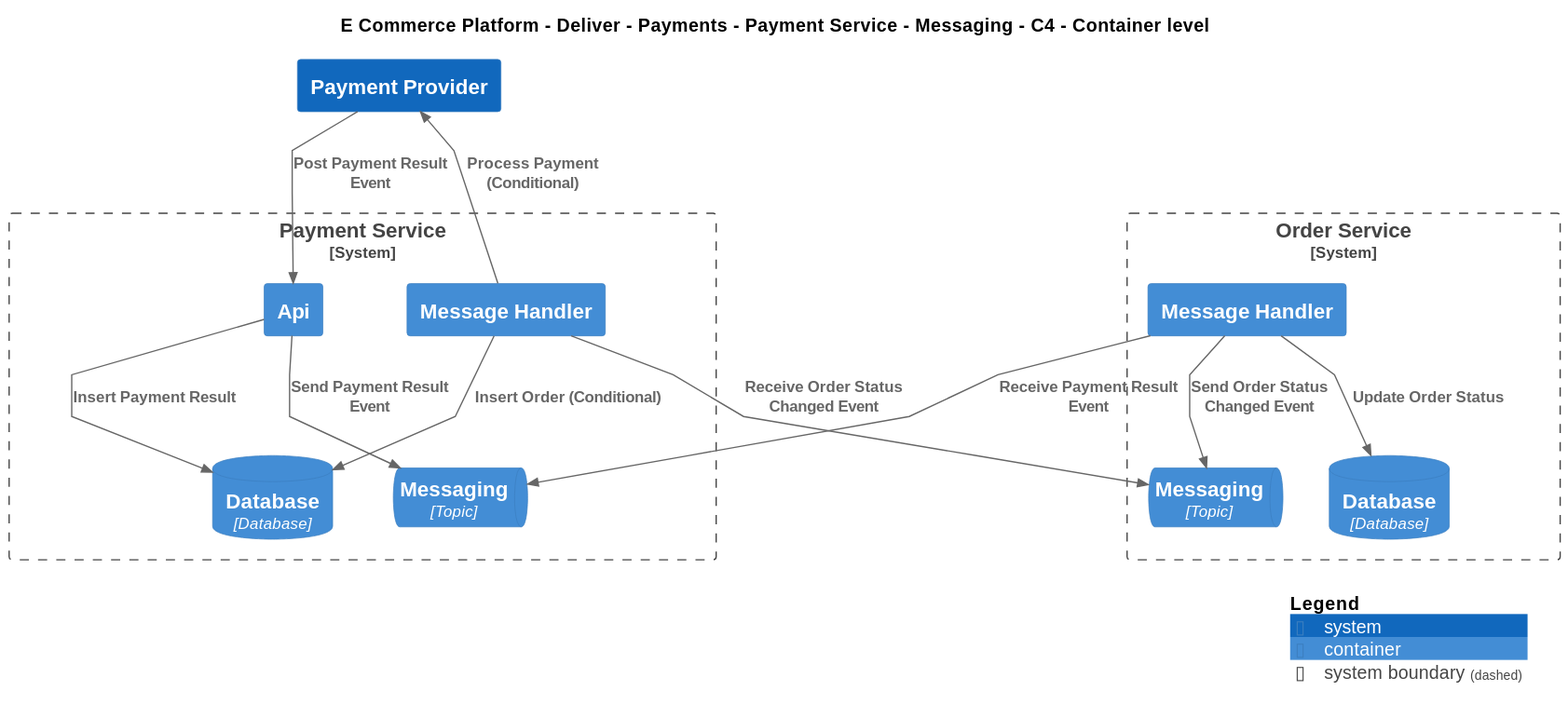
Before: Samples/E-Commerce Platform/Yaml/Diagrams/E Commerce Platform/Views/Messaging/Deliver/Payments/Software Systems/Payment Service/Containers/Messaging/Container - C4.svg, a diagram exported from PlantUML (mnadenysenko/C4InterFlow). Its diagram source:
```plantuml
@startuml
!include ..\..\..\..\..\..\..\..\..\.c4s\C4_Container.puml

AddElementTag("c4interflow:lifecycle:new", $bgColor=green, $fontColor=#ffffff, $borderColor=green, $shadowing="False")
AddElementTag("c4interflow:lifecycle:changed", $bgColor=orange, $fontColor=#ffffff, $borderColor=orange, $shadowing="False")
AddElementTag("c4interflow:lifecycle:removed", $bgColor=red, $fontColor=#ffffff, $borderColor=red, $shadowing="False")

AddRelTag("c4interflow:lifecycle:new", $textColor=green, $lineColor=green)
AddRelTag("c4interflow:lifecycle:changed", $textColor=orange, $lineColor=orange)
AddRelTag("c4interflow:lifecycle:removed", $textColor=red, $lineColor=red)

SHOW_PERSON_PORTRAIT()
LAYOUT_TOP_DOWN()

skinparam linetype polyline

title E Commerce Platform - Deliver - Payments - Payment Service - Messaging - C4 - Container level


System_Boundary(ECommercePlatform.Deliver.Payments.SoftwareSystems.PaymentService, "Payment Service") {
    Container(ECommercePlatform.Deliver.Payments.SoftwareSystems.PaymentService.Containers.MessageHandler, "Message Handler", "", "")
    ContainerDb(ECommercePlatform.Deliver.Payments.SoftwareSystems.PaymentService.Containers.Database, "Database", "Database", "")
    Container(ECommercePlatform.Deliver.Payments.SoftwareSystems.PaymentService.Containers.Api, "Api", "", "")
    ContainerQueue(ECommercePlatform.Deliver.Payments.SoftwareSystems.PaymentService.Containers.Messaging, "Messaging", "Topic", "")
}

System_Boundary(ECommercePlatform.GenerateDemand.OrderManagement.SoftwareSystems.OrderService, "Order Service") {
    ContainerQueue(ECommercePlatform.GenerateDemand.OrderManagement.SoftwareSystems.OrderService.Containers.Messaging, "Messaging", "Topic", "")
    Container(ECommercePlatform.GenerateDemand.OrderManagement.SoftwareSystems.OrderService.Containers.MessageHandler, "Message Handler", "", "")
    ContainerDb(ECommercePlatform.GenerateDemand.OrderManagement.SoftwareSystems.OrderService.Containers.Database, "Database", "Database", "")
}
System(ECommercePlatform.Deliver.Payments.SoftwareSystems.PaymentProvider, "Payment Provider", "")

Rel(ECommercePlatform.Deliver.Payments.SoftwareSystems.PaymentService.Containers.MessageHandler, ECommercePlatform.GenerateDemand.OrderManagement.SoftwareSystems.OrderService.Containers.Messaging, "Receive Order Status Changed Event")
Rel(ECommercePlatform.Deliver.Payments.SoftwareSystems.PaymentService.Containers.MessageHandler, ECommercePlatform.Deliver.Payments.SoftwareSystems.PaymentService.Containers.Database, "Insert Order (Conditional)")
Rel(ECommercePlatform.Deliver.Payments.SoftwareSystems.PaymentService.Containers.MessageHandler, ECommercePlatform.Deliver.Payments.SoftwareSystems.PaymentProvider, "Process Payment (Conditional)")
Rel(ECommercePlatform.Deliver.Payments.SoftwareSystems.PaymentProvider, ECommercePlatform.Deliver.Payments.SoftwareSystems.PaymentService.Containers.Api, "Post Payment Result Event")
Rel(ECommercePlatform.Deliver.Payments.SoftwareSystems.PaymentService.Containers.Api, ECommercePlatform.Deliver.Payments.SoftwareSystems.PaymentService.Containers.Database, "Insert Payment Result")
Rel(ECommercePlatform.Deliver.Payments.SoftwareSystems.PaymentService.Containers.Api, ECommercePlatform.Deliver.Payments.SoftwareSystems.PaymentService.Containers.Messaging, "Send Payment Result Event")
Rel(ECommercePlatform.GenerateDemand.OrderManagement.SoftwareSystems.OrderService.Containers.MessageHandler, ECommercePlatform.Deliver.Payments.SoftwareSystems.PaymentService.Containers.Messaging, "Receive Payment Result Event")
Rel(ECommercePlatform.GenerateDemand.OrderManagement.SoftwareSystems.OrderService.Containers.MessageHandler, ECommercePlatform.GenerateDemand.OrderManagement.SoftwareSystems.OrderService.Containers.Database, "Update Order Status")
Rel(ECommercePlatform.GenerateDemand.OrderManagement.SoftwareSystems.OrderService.Containers.MessageHandler, ECommercePlatform.GenerateDemand.OrderManagement.SoftwareSystems.OrderService.Containers.Messaging, "Send Order Status Changed Event")


SHOW_LEGEND()
@enduml
```
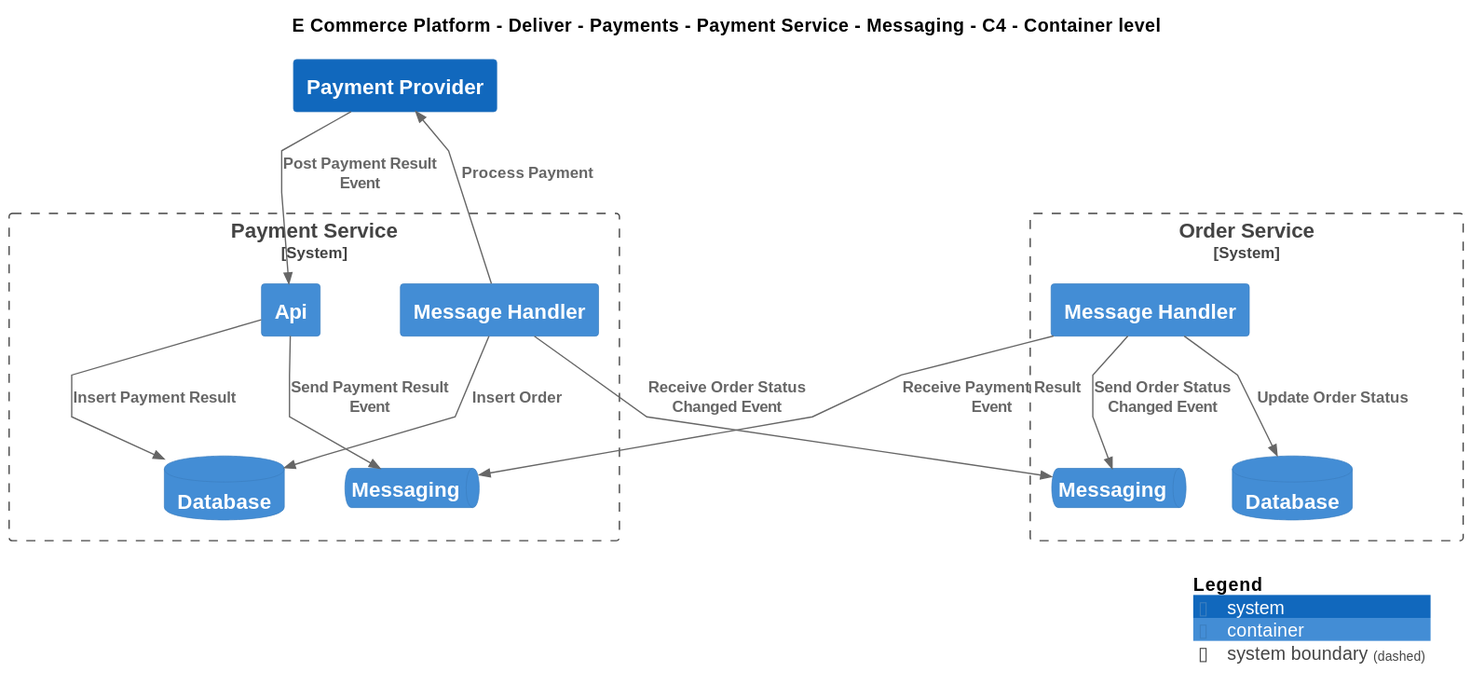
Above is the later version.

Diff of the diagram source:
```diff
@@ -19,21 +19,21 @@
 
 System_Boundary(ECommercePlatform.Deliver.Payments.SoftwareSystems.PaymentService, "Payment Service") {
     Container(ECommercePlatform.Deliver.Payments.SoftwareSystems.PaymentService.Containers.MessageHandler, "Message Handler", "", "")
-    ContainerDb(ECommercePlatform.Deliver.Payments.SoftwareSystems.PaymentService.Containers.Database, "Database", "Database", "")
+    ContainerDb(ECommercePlatform.Deliver.Payments.SoftwareSystems.PaymentService.Containers.Database, "Database", "", "")
     Container(ECommercePlatform.Deliver.Payments.SoftwareSystems.PaymentService.Containers.Api, "Api", "", "")
-    ContainerQueue(ECommercePlatform.Deliver.Payments.SoftwareSystems.PaymentService.Containers.Messaging, "Messaging", "Topic", "")
+    ContainerQueue(ECommercePlatform.Deliver.Payments.SoftwareSystems.PaymentService.Containers.Messaging, "Messaging", "", "")
 }
 
 System_Boundary(ECommercePlatform.GenerateDemand.OrderManagement.SoftwareSystems.OrderService, "Order Service") {
-    ContainerQueue(ECommercePlatform.GenerateDemand.OrderManagement.SoftwareSystems.OrderService.Containers.Messaging, "Messaging", "Topic", "")
+    ContainerQueue(ECommercePlatform.GenerateDemand.OrderManagement.SoftwareSystems.OrderService.Containers.Messaging, "Messaging", "", "")
     Container(ECommercePlatform.GenerateDemand.OrderManagement.SoftwareSystems.OrderService.Containers.MessageHandler, "Message Handler", "", "")
-    ContainerDb(ECommercePlatform.GenerateDemand.OrderManagement.SoftwareSystems.OrderService.Containers.Database, "Database", "Database", "")
+    ContainerDb(ECommercePlatform.GenerateDemand.OrderManagement.SoftwareSystems.OrderService.Containers.Database, "Database", "", "")
 }
 System(ECommercePlatform.Deliver.Payments.SoftwareSystems.PaymentProvider, "Payment Provider", "")
 
 Rel(ECommercePlatform.Deliver.Payments.SoftwareSystems.PaymentService.Containers.MessageHandler, ECommercePlatform.GenerateDemand.OrderManagement.SoftwareSystems.OrderService.Containers.Messaging, "Receive Order Status Changed Event")
-Rel(ECommercePlatform.Deliver.Payments.SoftwareSystems.PaymentService.Containers.MessageHandler, ECommercePlatform.Deliver.Payments.SoftwareSystems.PaymentService.Containers.Database, "Insert Order (Conditional)")
-Rel(ECommercePlatform.Deliver.Payments.SoftwareSystems.PaymentService.Containers.MessageHandler, ECommercePlatform.Deliver.Payments.SoftwareSystems.PaymentProvider, "Process Payment (Conditional)")
+Rel(ECommercePlatform.Deliver.Payments.SoftwareSystems.PaymentService.Containers.MessageHandler, ECommercePlatform.Deliver.Payments.SoftwareSystems.PaymentService.Containers.Database, "Insert Order")
+Rel(ECommercePlatform.Deliver.Payments.SoftwareSystems.PaymentService.Containers.MessageHandler, ECommercePlatform.Deliver.Payments.SoftwareSystems.PaymentProvider, "Process Payment")
 Rel(ECommercePlatform.Deliver.Payments.SoftwareSystems.PaymentProvider, ECommercePlatform.Deliver.Payments.SoftwareSystems.PaymentService.Containers.Api, "Post Payment Result Event")
 Rel(ECommercePlatform.Deliver.Payments.SoftwareSystems.PaymentService.Containers.Api, ECommercePlatform.Deliver.Payments.SoftwareSystems.PaymentService.Containers.Database, "Insert Payment Result")
 Rel(ECommercePlatform.Deliver.Payments.SoftwareSystems.PaymentService.Containers.Api, ECommercePlatform.Deliver.Payments.SoftwareSystems.PaymentService.Containers.Messaging, "Send Payment Result Event")
```
